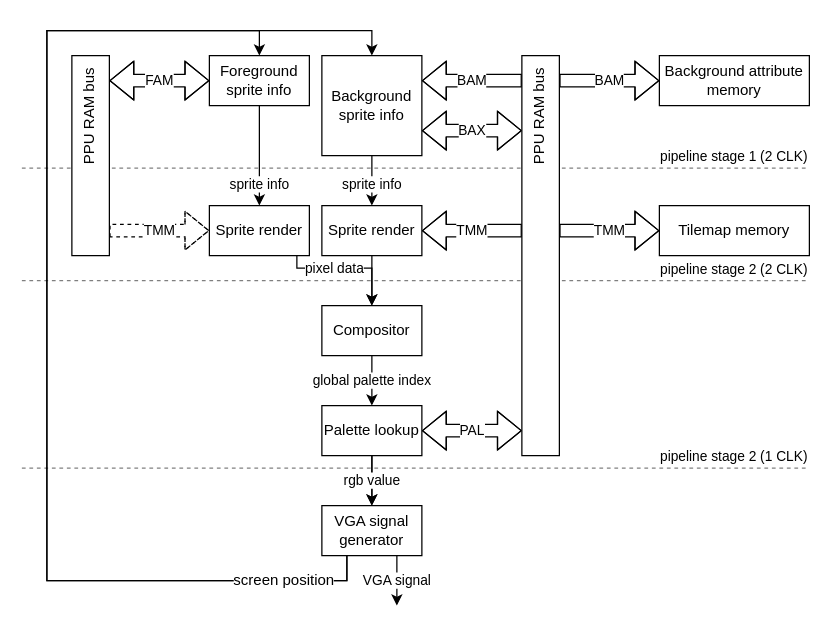
The draw.io diagram page "level-2" (2 of 3) of docs/ppu.drawio in lonkaars/avans-arcade, before the edit. Source tidied: cells renumbered, new cells numbered last; positions are measured from the earlier drawing's top-left corner, leaving out a move shared by most shapes. Both pictures are drawn from the tidied source at 125%, with x=0, y=0 at pixel (21, 30).
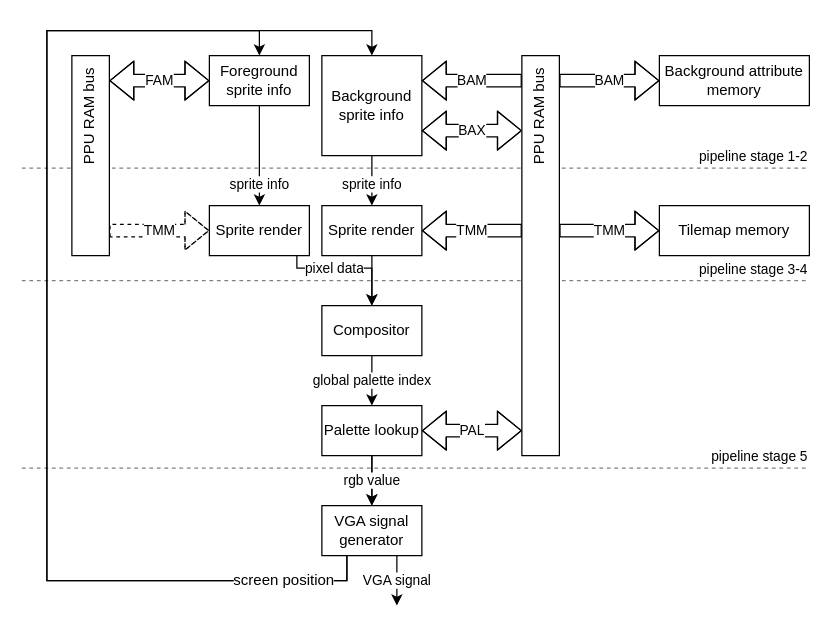
After the change.

Diff of the diagram source:
```diff
@@
-    <mxCell id="2" value="pipeline stage 1 (2 CLK)" style="endArrow=none;html=1;rounded=0;shadow=0;dashed=1;sketch=0;labelPosition=right;verticalLabelPosition=middle;align=right;verticalAlign=bottom;opacity=50;" parent="1" edge="1">
+    <mxCell id="2" value="pipeline stage 1-2" style="endArrow=none;html=1;rounded=0;shadow=0;dashed=1;sketch=0;labelPosition=right;verticalLabelPosition=middle;align=right;verticalAlign=bottom;opacity=50;" parent="1" edge="1">
       <mxGeometry x="1" relative="1" as="geometry">
         <mxPoint y="110" as="sourcePoint" />
         <mxPoint x="630" y="110" as="targetPoint" />
       </mxGeometry>
     </mxCell>
-    <mxCell id="3" value="pipeline stage 2 (1 CLK)" style="endArrow=none;html=1;rounded=0;shadow=0;dashed=1;sketch=0;labelPosition=right;verticalLabelPosition=middle;align=right;verticalAlign=bottom;opacity=50;" parent="1" edge="1">
+    <mxCell id="3" value="pipeline stage 5" style="endArrow=none;html=1;rounded=0;shadow=0;dashed=1;sketch=0;labelPosition=right;verticalLabelPosition=middle;align=right;verticalAlign=bottom;opacity=50;" parent="1" edge="1">
       <mxGeometry x="1" relative="1" as="geometry">
         <mxPoint y="350" as="sourcePoint" />
         <mxPoint x="630" y="350" as="targetPoint" />
       </mxGeometry>
     </mxCell>
-    <mxCell id="4" value="pipeline stage 2 (2 CLK)" style="endArrow=none;html=1;rounded=0;shadow=0;dashed=1;sketch=0;labelPosition=right;verticalLabelPosition=middle;align=right;verticalAlign=bottom;opacity=50;" parent="1" edge="1">
+    <mxCell id="4" value="pipeline stage 3-4" style="endArrow=none;html=1;rounded=0;shadow=0;dashed=1;sketch=0;labelPosition=right;verticalLabelPosition=middle;align=right;verticalAlign=bottom;opacity=50;" parent="1" edge="1">
       <mxGeometry x="1" relative="1" as="geometry">
         <mxPoint y="200" as="sourcePoint" />
         <mxPoint x="630" y="200" as="targetPoint" />
       </mxGeometry>
     </mxCell>
```
